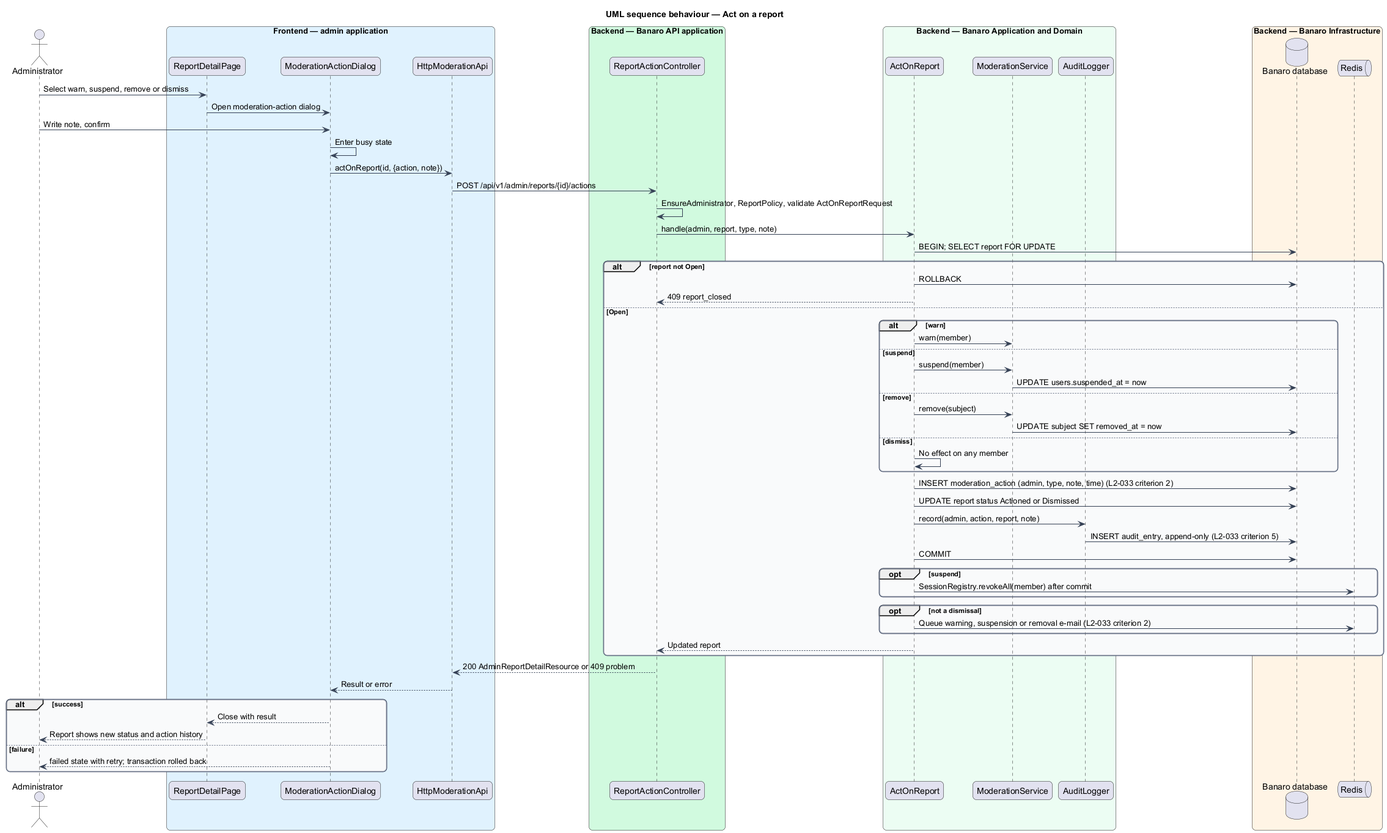
Earlier version of the PlantUML export docs/detailed-designs/trust-and-safety/moderate-reports/diagrams/sequence-act-on-report.png (QuinntyneBrown/banaro). Its diagram source:
```plantuml
@startuml
title UML sequence behaviour — Act on a report
skinparam backgroundColor #FFFFFF
skinparam shadowing false
skinparam roundcorner 12
skinparam defaultFontName Arial
skinparam ArrowColor #344054
skinparam rectangle {
  BorderColor #344054
  FontColor #101828
}
skinparam package {
  BorderColor #667085
  FontColor #101828
  BackgroundColor #F9FAFB
}
actor "Administrator" as actor
box "Frontend — admin application" #E0F2FE
  participant "ReportDetailPage" as page
  participant "ModerationActionDialog" as dialog
  participant "HttpModerationApi" as client
end box
box "Backend — Banaro API application" #D1FADF
  participant "ReportActionController" as controller
end box
box "Backend — Banaro Application and Domain" #ECFDF3
  participant "ActOnReport" as action
  participant "ModerationService" as moderation
  participant "AuditLogger" as audit
end box
box "Backend — Banaro Infrastructure" #FFF4E5
  database "Banaro database" as db
  queue "Redis" as redis
end box

actor -> page : Select warn, suspend, remove or dismiss
page -> dialog : Open moderation-action dialog
actor -> dialog : Write note, confirm
dialog -> dialog : Enter busy state
dialog -> client : actOnReport(id, {action, note})
client -> controller : POST /api/v1/admin/reports/{id}/actions
controller -> controller : EnsureAdministrator, ReportPolicy, validate ActOnReportRequest
controller -> action : handle(admin, report, type, note)
action -> db : BEGIN; SELECT report FOR UPDATE
alt report not Open
  action -> db : ROLLBACK
  action --> controller : 409 report_closed
else Open
  alt warn
    action -> moderation : warn(member)
  else suspend
    action -> moderation : suspend(member)
    moderation -> db : UPDATE users.suspended_at = now
  else remove
    action -> moderation : remove(subject)
    moderation -> db : UPDATE subject SET removed_at = now
  else dismiss
    action -> action : No effect on any member
  end
  action -> db : INSERT moderation_action (admin, type, note, time) (L2-033 criterion 2)
  action -> db : UPDATE report status Actioned or Dismissed
  action -> audit : record(admin, action, report, note)
  audit -> db : INSERT audit_entry, append-only (L2-033 criterion 5)
  action -> db : COMMIT
  opt suspend
    action -> redis : SessionRegistry.revokeAll(member) after commit
  end
  opt not a dismissal
    action -> redis : Queue warning, suspension or removal e-mail (L2-033 criterion 2)
  end
  action --> controller : Updated report
end
controller --> client : 200 AdminReportDetailResource or 409 problem
client --> dialog : Result or error
alt success
  dialog --> page : Close with result
  page --> actor : Report shows new status and action history
else failure
  dialog --> actor : failed state with retry; transaction rolled back
end
@enduml
```
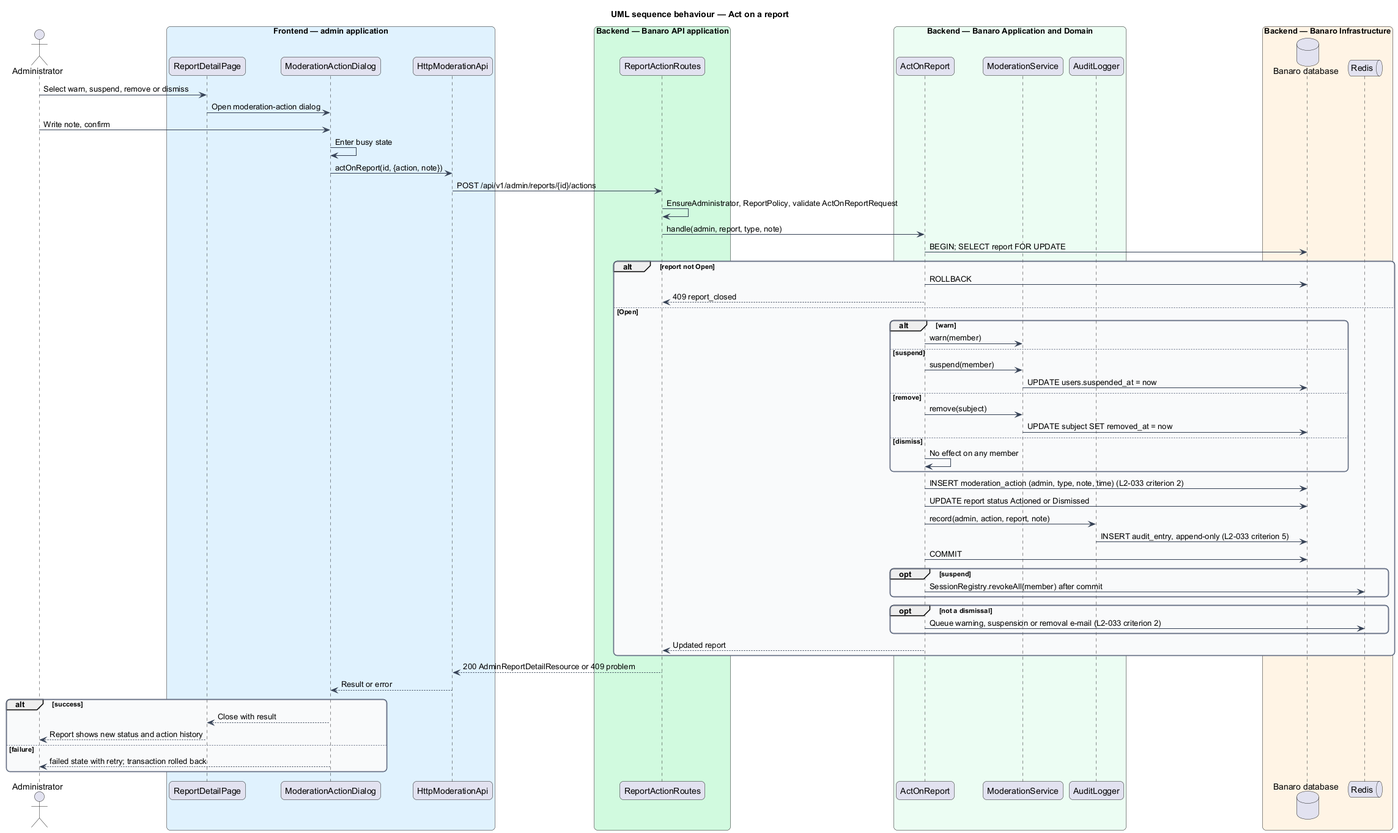
After the change.

Change to the diagram source:
```diff
@@ -21,7 +21,7 @@
   participant "HttpModerationApi" as client
 end box
 box "Backend — Banaro API application" #D1FADF
-  participant "ReportActionController" as controller
+  participant "ReportActionRoutes" as controller
 end box
 box "Backend — Banaro Application and Domain" #ECFDF3
   participant "ActOnReport" as action
```
